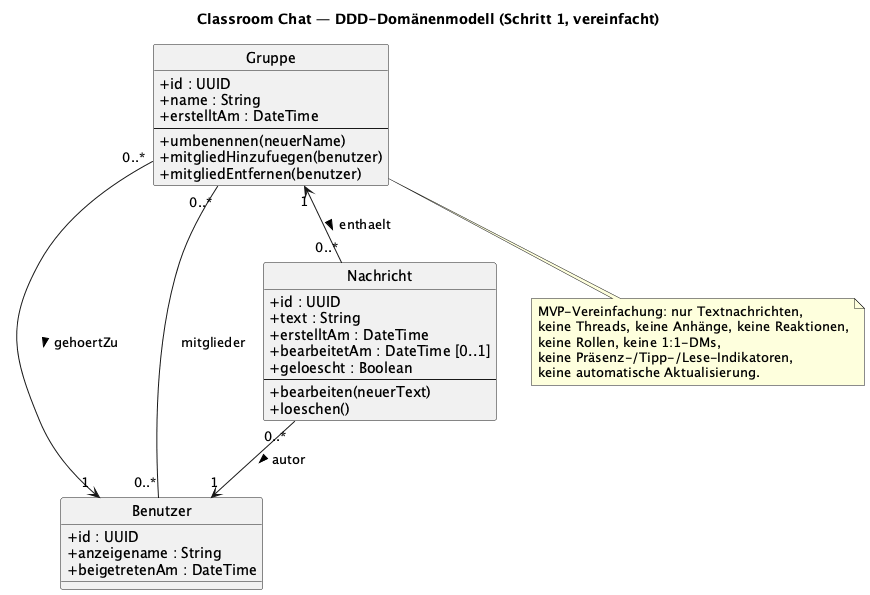
The PlantUML diagram docs/diagrams/domaenenmodell.png in alexanderraich/cas_ai_se-classroomchat, before a commit.
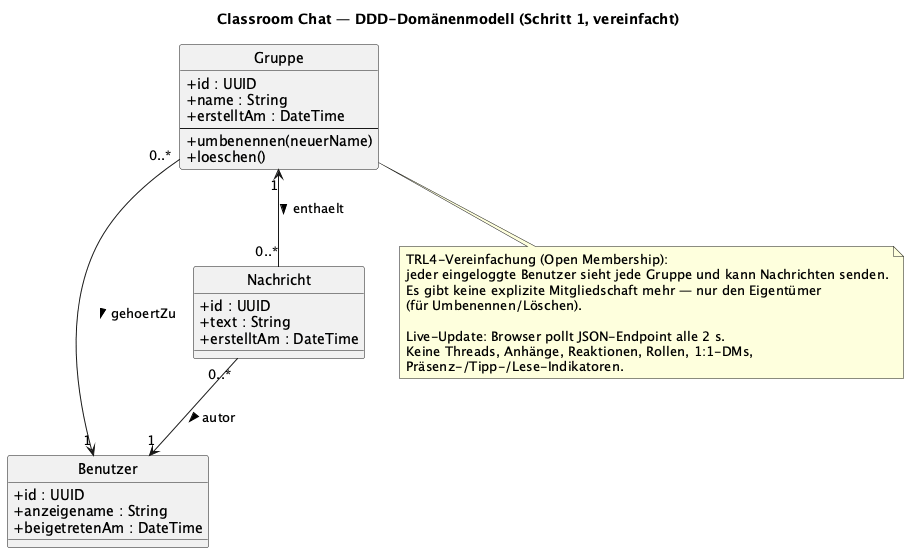
After the commit.

Commit message:
Spezifikationen auf finalen Stand: Open Membership, Live-Updates, FA-21..24, UC-9

The edit, as a diff of the source:
```diff
@@ -16,35 +16,30 @@
   +erstelltAm : DateTime
   --
   +umbenennen(neuerName)
-  +mitgliedHinzufuegen(benutzer)
-  +mitgliedEntfernen(benutzer)
+  +loeschen()
 }
 
 class Nachricht {
   +id : UUID
   +text : String
   +erstelltAm : DateTime
-  +bearbeitetAm : DateTime [0..1]
-  +geloescht : Boolean
-  --
-  +bearbeiten(neuerText)
-  +loeschen()
 }
 
 
 Gruppe "0..*" --> "1" Benutzer : gehoertZu >
 
-Gruppe "0..*" -- "0..*" Benutzer : mitglieder
-
 Gruppe "1" <-- "0..*" Nachricht : enthaelt >
 Nachricht "0..*" --> "1" Benutzer : autor >
 
 note bottom of Gruppe
-  MVP-Vereinfachung: nur Textnachrichten,
-  keine Threads, keine Anhänge, keine Reaktionen,
-  keine Rollen, keine 1:1-DMs,
-  keine Präsenz-/Tipp-/Lese-Indikatoren,
-  keine automatische Aktualisierung.
+  TRL4-Vereinfachung (Open Membership):
+  jeder eingeloggte Benutzer sieht jede Gruppe und kann Nachrichten senden.
+  Es gibt keine explizite Mitgliedschaft mehr — nur den Eigentümer
+  (für Umbenennen/Löschen).
+
+  Live-Update: Browser pollt JSON-Endpoint alle 2 s.
+  Keine Threads, Anhänge, Reaktionen, Rollen, 1:1-DMs,
+  Präsenz-/Tipp-/Lese-Indikatoren.
 end note
 
 @enduml
```
